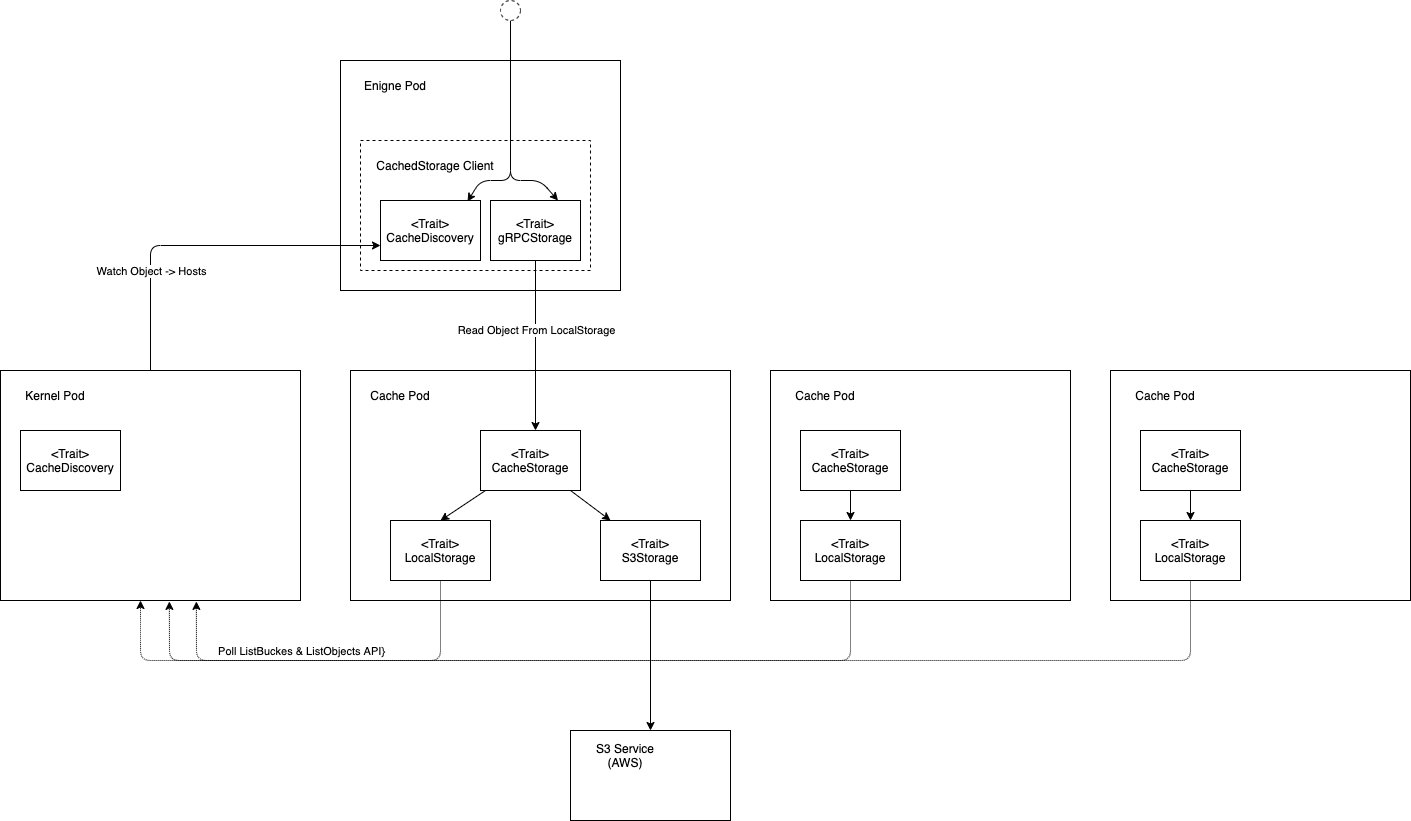
Earlier version of the draw.io export read.drawio.png (zojw/misc). Source tidied: cells renumbered, new cells last; positions are measured from the earlier drawing's top-left corner, leaving out a move shared by most shapes. Source of this version:
```xml
<mxGraphModel background="#FFFFFF">
  <root>
    <mxCell id="0" />
    <mxCell id="1" parent="0" />
    <mxCell id="2" style="rounded=0;whiteSpace=wrap;html=1;fillColor=#FFFFFF;strokeColor=#000000;" parent="1" vertex="1">
      <mxGeometry x="340" y="60" width="280" height="230" as="geometry" />
    </mxCell>
    <mxCell id="3" style="rounded=0;whiteSpace=wrap;html=1;dashed=1;fillColor=#FFFFFF;strokeColor=#000000;" parent="1" vertex="1">
      <mxGeometry x="360" y="140" width="230" height="130" as="geometry" />
    </mxCell>
    <mxCell id="4" value="&amp;lt;Trait&amp;gt;&lt;br&gt;gRPCStorage" style="rounded=0;whiteSpace=wrap;html=1;fillColor=#FFFFFF;strokeColor=#000000;fontColor=#000000;" parent="1" vertex="1">
      <mxGeometry x="490" y="200" width="90" height="60" as="geometry" />
    </mxCell>
    <mxCell id="5" value="CachedStorage Client" style="text;html=1;strokeColor=none;fillColor=none;align=center;verticalAlign=middle;whiteSpace=wrap;rounded=0;fontColor=#000000;" parent="1" vertex="1">
      <mxGeometry x="370" y="150" width="130" height="30" as="geometry" />
    </mxCell>
    <mxCell id="6" value="&amp;lt;Trait&amp;gt;&lt;br&gt;CacheDiscovery" style="rounded=0;whiteSpace=wrap;html=1;fillColor=#FFFFFF;strokeColor=#000000;fontColor=#000000;" parent="1" vertex="1">
      <mxGeometry x="380" y="200" width="100" height="60" as="geometry" />
    </mxCell>
    <mxCell id="7" value="Enigne Pod" style="text;html=1;strokeColor=none;fillColor=none;align=center;verticalAlign=middle;whiteSpace=wrap;rounded=0;fontColor=#000000;" parent="1" vertex="1">
      <mxGeometry x="350" y="70" width="90" height="30" as="geometry" />
    </mxCell>
    <mxCell id="8" style="edgeStyle=none;html=1;entryX=0;entryY=0.75;entryDx=0;entryDy=0;startArrow=none;startFill=0;endArrow=classic;endFill=1;strokeColor=#000000;" parent="1" edge="1" source="10" target="6">
      <mxGeometry relative="1" as="geometry">
        <Array as="points">
          <mxPoint x="150" y="245" />
        </Array>
      </mxGeometry>
    </mxCell>
    <mxCell id="9" value="Watch Object -&amp;gt; Hosts" style="edgeLabel;html=1;align=center;verticalAlign=middle;labelBackgroundColor=#FFFFFF;fontColor=#000000;" parent="8" vertex="1">
      <mxGeometry x="-0.1" y="1" relative="1" as="geometry">
        <mxPoint x="-34" y="26" as="offset" />
      </mxGeometry>
    </mxCell>
    <mxCell id="10" style="rounded=0;whiteSpace=wrap;html=1;fillColor=#FFFFFF;strokeColor=#000000;" parent="1" vertex="1">
      <mxGeometry y="370" width="300" height="230" as="geometry" />
    </mxCell>
    <mxCell id="11" value="Kernel Pod" style="text;html=1;strokeColor=none;fillColor=none;align=center;verticalAlign=middle;whiteSpace=wrap;rounded=0;fontColor=#000000;" parent="1" vertex="1">
      <mxGeometry x="10" y="380" width="90" height="30" as="geometry" />
    </mxCell>
    <mxCell id="12" value="&amp;lt;Trait&amp;gt;&lt;br&gt;CacheDiscovery" style="rounded=0;whiteSpace=wrap;html=1;fontColor=#000000;strokeColor=#000000;fillColor=#FFFFFF;" parent="1" vertex="1">
      <mxGeometry x="20" y="430" width="100" height="60" as="geometry" />
    </mxCell>
    <mxCell id="13" style="rounded=0;whiteSpace=wrap;html=1;fillColor=#FFFFFF;strokeColor=#000000;" parent="1" vertex="1">
      <mxGeometry x="350" y="370" width="380" height="230" as="geometry" />
    </mxCell>
    <mxCell id="14" value="Cache Pod" style="text;html=1;strokeColor=none;fillColor=none;align=center;verticalAlign=middle;whiteSpace=wrap;rounded=0;fontColor=#000000;" parent="1" vertex="1">
      <mxGeometry x="355" y="380" width="90" height="30" as="geometry" />
    </mxCell>
    <mxCell id="15" style="edgeStyle=none;html=1;entryX=0.5;entryY=0;entryDx=0;entryDy=0;strokeColor=#000000;" parent="1" edge="1" source="17" target="19">
      <mxGeometry relative="1" as="geometry" />
    </mxCell>
    <mxCell id="16" style="edgeStyle=none;html=1;strokeColor=#000000;" parent="1" edge="1" source="17" target="21">
      <mxGeometry relative="1" as="geometry" />
    </mxCell>
    <mxCell id="17" value="&amp;lt;Trait&amp;gt;&lt;br&gt;CacheStorage" style="rounded=0;whiteSpace=wrap;html=1;strokeColor=#000000;fillColor=#FFFFFF;fontColor=#000000;" parent="1" vertex="1">
      <mxGeometry x="480" y="430" width="100" height="60" as="geometry" />
    </mxCell>
    <mxCell id="18" style="edgeStyle=none;html=1;endArrow=classic;endFill=1;dashed=1;dashPattern=1 1;strokeColor=#000000;" parent="1" edge="1" source="19">
      <mxGeometry relative="1" as="geometry">
        <mxPoint x="140" y="600" as="targetPoint" />
        <Array as="points">
          <mxPoint x="440" y="660" />
          <mxPoint x="140" y="660" />
          <mxPoint x="140" y="630" />
        </Array>
      </mxGeometry>
    </mxCell>
    <mxCell id="19" value="&amp;lt;Trait&amp;gt; LocalStorage" style="rounded=0;whiteSpace=wrap;html=1;fillColor=#FFFFFF;strokeColor=#000000;fontColor=#000000;" parent="1" vertex="1">
      <mxGeometry x="390" y="520" width="100" height="60" as="geometry" />
    </mxCell>
    <mxCell id="20" style="edgeStyle=none;html=1;strokeColor=#000000;" parent="1" edge="1" source="21">
      <mxGeometry relative="1" as="geometry">
        <mxPoint x="650" y="730" as="targetPoint" />
      </mxGeometry>
    </mxCell>
    <mxCell id="21" value="&amp;lt;Trait&amp;gt;&lt;br&gt;S3Storage" style="rounded=0;whiteSpace=wrap;html=1;fontColor=#000000;strokeColor=#000000;fillColor=#FFFFFF;" parent="1" vertex="1">
      <mxGeometry x="600" y="520" width="100" height="60" as="geometry" />
    </mxCell>
    <mxCell id="22" style="rounded=0;whiteSpace=wrap;html=1;fillColor=#FFFFFF;strokeColor=#000000;" parent="1" vertex="1">
      <mxGeometry x="770" y="370" width="300" height="230" as="geometry" />
    </mxCell>
    <mxCell id="23" value="Cache Pod" style="text;html=1;strokeColor=none;fillColor=none;align=center;verticalAlign=middle;whiteSpace=wrap;rounded=0;fontColor=#000000;" parent="1" vertex="1">
      <mxGeometry x="780" y="380" width="90" height="30" as="geometry" />
    </mxCell>
    <mxCell id="24" style="edgeStyle=none;html=1;strokeColor=#000000;" parent="1" edge="1" source="25" target="27">
      <mxGeometry relative="1" as="geometry" />
    </mxCell>
    <mxCell id="25" value="&amp;lt;Trait&amp;gt;&lt;br&gt;CacheStorage" style="rounded=0;whiteSpace=wrap;html=1;fillColor=#FFFFFF;fontColor=#000000;strokeColor=#000000;" parent="1" vertex="1">
      <mxGeometry x="800" y="430" width="100" height="60" as="geometry" />
    </mxCell>
    <mxCell id="26" style="edgeStyle=none;html=1;exitX=0.5;exitY=1;exitDx=0;exitDy=0;entryX=0.563;entryY=1.004;entryDx=0;entryDy=0;entryPerimeter=0;endArrow=classic;endFill=1;dashed=1;dashPattern=1 1;startArrow=none;startFill=0;strokeColor=#000000;" parent="1" edge="1" source="27" target="10">
      <mxGeometry relative="1" as="geometry">
        <Array as="points">
          <mxPoint x="850" y="660" />
          <mxPoint x="169" y="660" />
        </Array>
      </mxGeometry>
    </mxCell>
    <mxCell id="27" value="&amp;lt;Trait&amp;gt; LocalStorage" style="rounded=0;whiteSpace=wrap;html=1;fillColor=#FFFFFF;fontColor=#000000;strokeColor=#000000;" parent="1" vertex="1">
      <mxGeometry x="800" y="520" width="100" height="60" as="geometry" />
    </mxCell>
    <mxCell id="28" style="edgeStyle=none;html=1;strokeColor=#000000;entryX=0.55;entryY=0;entryDx=0;entryDy=0;entryPerimeter=0;" parent="1" edge="1" source="4" target="17">
      <mxGeometry relative="1" as="geometry" />
    </mxCell>
    <mxCell id="29" value="Read Object From LocalStorage" style="edgeLabel;html=1;align=center;verticalAlign=middle;labelBackgroundColor=#FFFFFF;fontColor=#000000;" parent="28" vertex="1">
      <mxGeometry x="-0.19" relative="1" as="geometry" />
    </mxCell>
    <mxCell id="30" style="rounded=0;whiteSpace=wrap;html=1;fillColor=#FFFFFF;strokeColor=#000000;" parent="1" vertex="1">
      <mxGeometry x="1110" y="370" width="300" height="230" as="geometry" />
    </mxCell>
    <mxCell id="31" value="Cache Pod" style="text;html=1;strokeColor=none;fillColor=none;align=center;verticalAlign=middle;whiteSpace=wrap;rounded=0;fontColor=#000000;" parent="1" vertex="1">
      <mxGeometry x="1120" y="380" width="90" height="30" as="geometry" />
    </mxCell>
    <mxCell id="32" style="edgeStyle=none;html=1;strokeColor=#000000;" parent="1" edge="1" source="33" target="36">
      <mxGeometry relative="1" as="geometry" />
    </mxCell>
    <mxCell id="33" value="&amp;lt;Trait&amp;gt;&lt;br&gt;CacheStorage" style="rounded=0;whiteSpace=wrap;html=1;fillColor=#FFFFFF;fontColor=#000000;strokeColor=#000000;" parent="1" vertex="1">
      <mxGeometry x="1140" y="430" width="100" height="60" as="geometry" />
    </mxCell>
    <mxCell id="34" style="edgeStyle=none;html=1;dashed=1;dashPattern=1 1;startArrow=none;startFill=0;endArrow=classic;endFill=1;entryX=0.653;entryY=1.004;entryDx=0;entryDy=0;entryPerimeter=0;strokeColor=#000000;" parent="1" edge="1" source="36" target="10">
      <mxGeometry relative="1" as="geometry">
        <Array as="points">
          <mxPoint x="1190" y="660" />
          <mxPoint x="196" y="660" />
        </Array>
      </mxGeometry>
    </mxCell>
    <mxCell id="35" value="Poll ListBuckes &amp;amp; ListObjects API}" style="edgeLabel;html=1;align=center;verticalAlign=middle;fontColor=#000000;labelBackgroundColor=#FFFFFF;" parent="34" vertex="1">
      <mxGeometry x="0.72" y="1" relative="1" as="geometry">
        <mxPoint x="2" y="-11" as="offset" />
      </mxGeometry>
    </mxCell>
    <mxCell id="36" value="&amp;lt;Trait&amp;gt; LocalStorage" style="rounded=0;whiteSpace=wrap;html=1;fillColor=#FFFFFF;fontColor=#000000;strokeColor=#000000;" parent="1" vertex="1">
      <mxGeometry x="1140" y="520" width="100" height="60" as="geometry" />
    </mxCell>
    <mxCell id="37" style="edgeStyle=none;html=1;entryX=0.87;entryY=0.017;entryDx=0;entryDy=0;startArrow=none;startFill=0;endArrow=classic;endFill=1;entryPerimeter=0;strokeColor=#000000;" parent="1" edge="1" source="39" target="6">
      <mxGeometry relative="1" as="geometry">
        <Array as="points">
          <mxPoint x="510" y="180" />
          <mxPoint x="480" y="180" />
        </Array>
      </mxGeometry>
    </mxCell>
    <mxCell id="38" style="edgeStyle=none;html=1;entryX=0.75;entryY=0;entryDx=0;entryDy=0;startArrow=none;startFill=0;endArrow=classic;endFill=1;strokeColor=#000000;" parent="1" edge="1" source="39" target="4">
      <mxGeometry relative="1" as="geometry">
        <Array as="points">
          <mxPoint x="510" y="180" />
          <mxPoint x="540" y="180" />
        </Array>
      </mxGeometry>
    </mxCell>
    <mxCell id="39" style="ellipse;whiteSpace=wrap;html=1;dashed=1;" parent="1" vertex="1">
      <mxGeometry x="500" width="20" height="20" as="geometry" />
    </mxCell>
    <mxCell id="40" style="rounded=0;whiteSpace=wrap;html=1;fillColor=#FFFFFF;strokeColor=#000000;" parent="1" vertex="1">
      <mxGeometry x="570" y="730" width="160" height="90" as="geometry" />
    </mxCell>
    <mxCell id="41" value="S3 Service (AWS)" style="text;html=1;strokeColor=none;fillColor=none;align=center;verticalAlign=middle;whiteSpace=wrap;rounded=0;fontColor=#000000;" parent="1" vertex="1">
      <mxGeometry x="580" y="740" width="90" height="30" as="geometry" />
    </mxCell>
  </root>
</mxGraphModel>
```
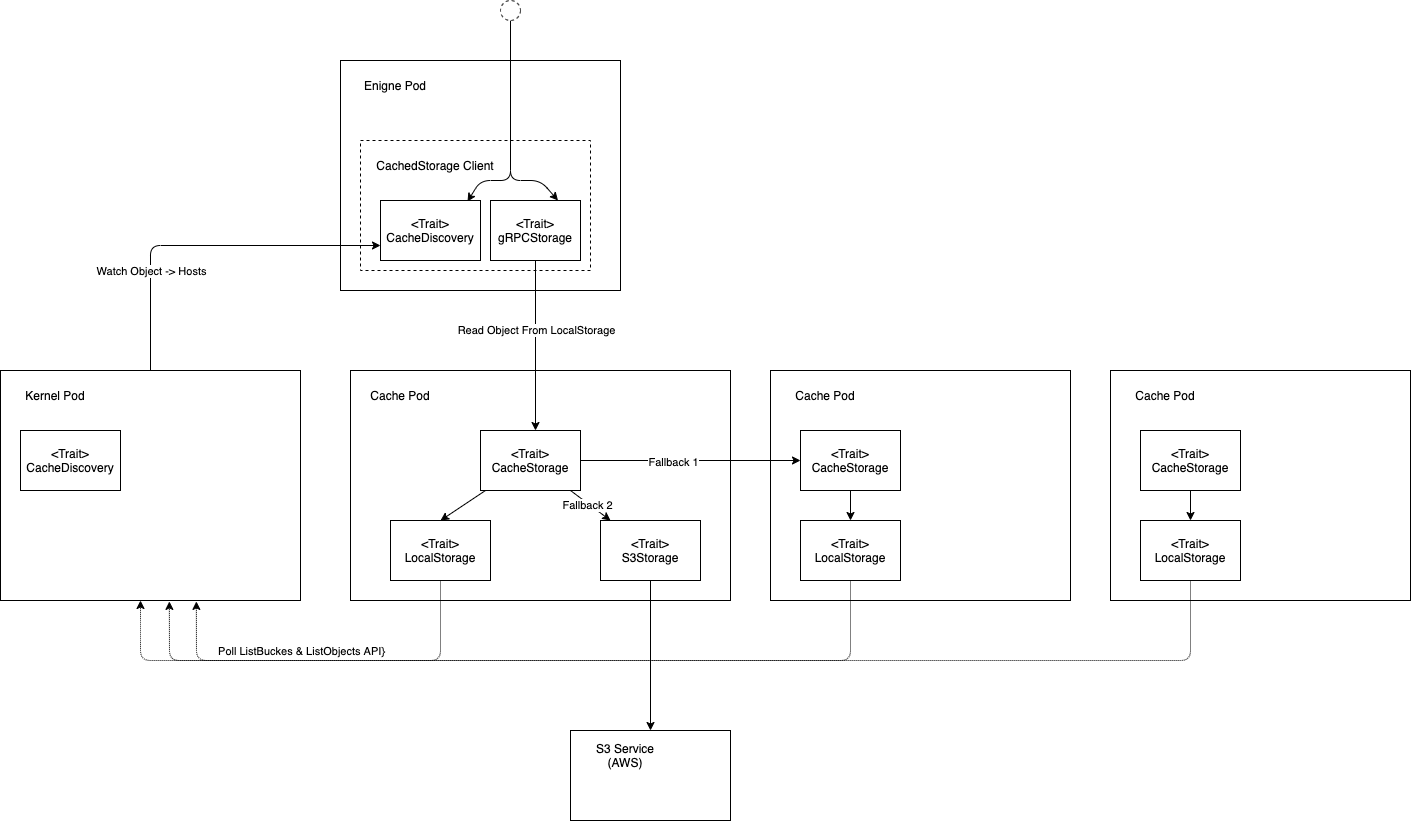
The same diagram one commit later.

Commit message:
add write cstore

What changed in the source:
```diff
@@ -53,6 +53,9 @@
     <mxCell id="16" style="edgeStyle=none;html=1;strokeColor=#000000;" parent="1" edge="1" source="17" target="21">
       <mxGeometry relative="1" as="geometry" />
     </mxCell>
+    <mxCell id="42" value="Fallback 2" style="edgeLabel;html=1;align=center;verticalAlign=middle;labelBackgroundColor=#FFFFFF;fontColor=#000000;" parent="16" vertex="1">
+      <mxGeometry x="-0.13" y="-2" relative="1" as="geometry" />
+    </mxCell>
     <mxCell id="17" value="&amp;lt;Trait&amp;gt;&lt;br&gt;CacheStorage" style="rounded=0;whiteSpace=wrap;html=1;strokeColor=#000000;fillColor=#FFFFFF;fontColor=#000000;" parent="1" vertex="1">
       <mxGeometry x="480" y="430" width="100" height="60" as="geometry" />
     </mxCell>
@@ -150,7 +153,7 @@
         </Array>
       </mxGeometry>
     </mxCell>
-    <mxCell id="39" style="ellipse;whiteSpace=wrap;html=1;dashed=1;" parent="1" vertex="1">
+    <mxCell id="39" style="ellipse;whiteSpace=wrap;html=1;dashed=1;fillColor=#FFFFFF;strokeColor=#000000;" parent="1" vertex="1">
       <mxGeometry x="500" width="20" height="20" as="geometry" />
     </mxCell>
     <mxCell id="40" style="rounded=0;whiteSpace=wrap;html=1;fillColor=#FFFFFF;strokeColor=#000000;" parent="1" vertex="1">
@@ -159,5 +162,11 @@
     <mxCell id="41" value="S3 Service (AWS)" style="text;html=1;strokeColor=none;fillColor=none;align=center;verticalAlign=middle;whiteSpace=wrap;rounded=0;fontColor=#000000;" parent="1" vertex="1">
       <mxGeometry x="580" y="740" width="90" height="30" as="geometry" />
     </mxCell>
+    <mxCell id="43" style="edgeStyle=none;html=1;entryX=0;entryY=0.5;entryDx=0;entryDy=0;strokeColor=#000000;" parent="1" edge="1" source="17" target="25">
+      <mxGeometry relative="1" as="geometry" />
+    </mxCell>
+    <mxCell id="44" value="&lt;span style=&quot;background-color: rgb(255 , 255 , 255)&quot;&gt;&lt;font color=&quot;#000000&quot;&gt;Fallback 1&lt;/font&gt;&lt;/span&gt;" style="edgeLabel;html=1;align=center;verticalAlign=middle;" parent="43" vertex="1">
+      <mxGeometry x="-0.16" y="-1" relative="1" as="geometry" />
+    </mxCell>
   </root>
 </mxGraphModel>
```
